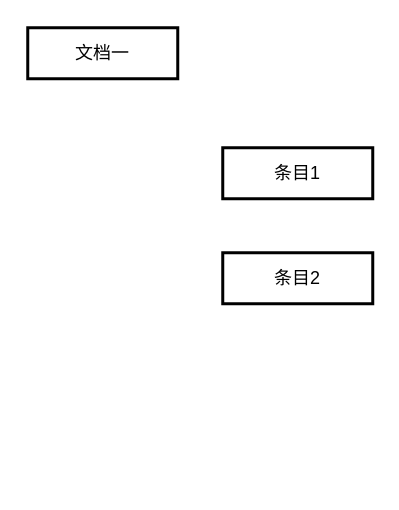
ColinCongDu/chart keeps this draw.io diagram as 多文档关系.drawio. Above is the earlier version. Source tidied: cells renumbered, new cells numbered last; positions are measured from the earlier drawing's top-left corner, leaving out a move shared by most shapes. Both pictures are drawn from the tidied source at 150%, with x=0, y=0 at pixel (27, 27).
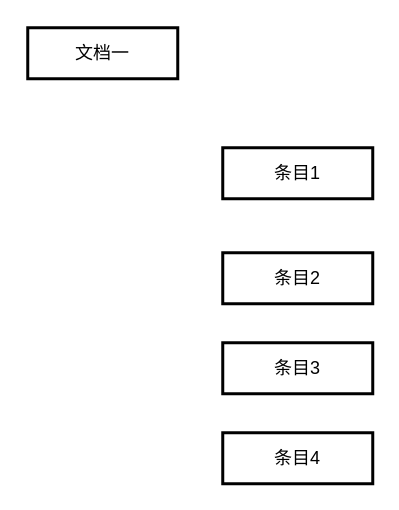
The same diagram, later.

Commit message (it also covers changes not shown here):
更新多文档关系.drawio

The edit, as a diff of the source:
```diff
@@
 <mxGraphModel>
   <root>
     <mxCell id="0" />
     <mxCell id="1" parent="0" />
     <mxCell id="2" value="文档一" style="whiteSpace=wrap;strokeWidth=2;" parent="1" vertex="1">
       <mxGeometry width="100" height="34" as="geometry" />
     </mxCell>
     <mxCell id="3" value="条目1" style="whiteSpace=wrap;strokeWidth=2;" parent="1" vertex="1">
       <mxGeometry x="130" y="80" width="100" height="34" as="geometry" />
     </mxCell>
     <mxCell id="4" value="条目2" style="whiteSpace=wrap;strokeWidth=2;" parent="1" vertex="1">
       <mxGeometry x="130" y="150" width="100" height="34" as="geometry" />
     </mxCell>
+    <mxCell id="5" value="条目3" style="whiteSpace=wrap;strokeWidth=2;" parent="1" vertex="1">
+      <mxGeometry x="130" y="210" width="100" height="34" as="geometry" />
+    </mxCell>
+    <mxCell id="6" value="条目4" style="whiteSpace=wrap;strokeWidth=2;" parent="1" vertex="1">
+      <mxGeometry x="130" y="270" width="100" height="34" as="geometry" />
+    </mxCell>
   </root>
 </mxGraphModel>
```
